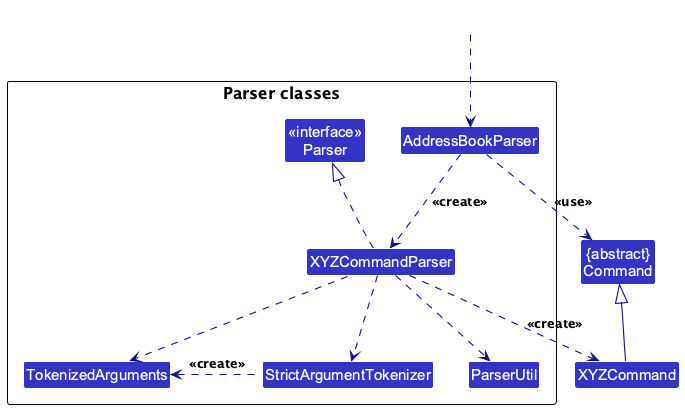
Above: docs/images/ParserClasses.png in AY2627S1-CS2103-F12-1/tp (PlantUML), before the change. Source of this version:
```plantuml
@startuml
!include style.puml
skinparam arrowThickness 1.1
skinparam arrowColor LOGIC_COLOR_T4
skinparam classBackgroundColor LOGIC_COLOR

Class "{abstract}\nCommand" as Command
Class XYZCommand

package "Parser classes"{
Class "<<interface>>\nParser" as Parser
Class AddressBookParser
Class XYZCommandParser
Class ParserUtil
Class StrictArgumentTokenizer
Class TokenizedArguments
}

Class HiddenOutside #FFFFFF
HiddenOutside ..> AddressBookParser

AddressBookParser .down.> XYZCommandParser: <<create>>

XYZCommandParser ..> XYZCommand : <<create>>
AddressBookParser ..> Command : <<use>>
XYZCommandParser .up.|> Parser
XYZCommandParser ..> StrictArgumentTokenizer
XYZCommandParser ..> TokenizedArguments
StrictArgumentTokenizer .left.> TokenizedArguments : <<create>>
XYZCommandParser ..> ParserUtil
XYZCommand -up-|> Command
@enduml
```
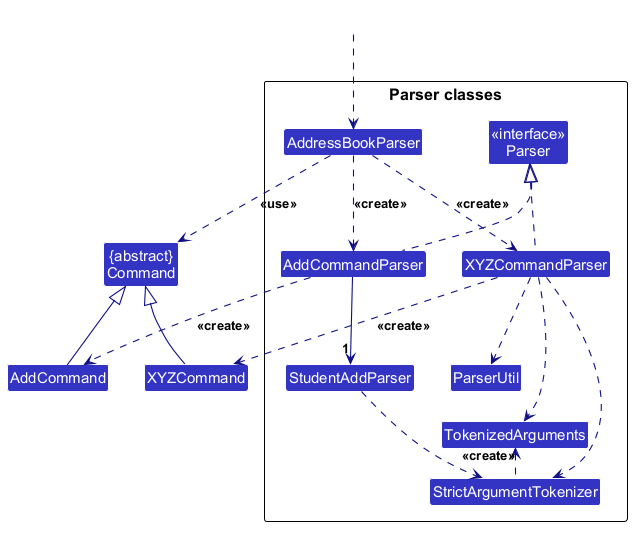
The same diagram one commit later.

The edit, as a diff of the source:
```diff
@@ -6,11 +6,14 @@
 
 Class "{abstract}\nCommand" as Command
 Class XYZCommand
+Class AddCommand
 
 package "Parser classes"{
 Class "<<interface>>\nParser" as Parser
 Class AddressBookParser
 Class XYZCommandParser
+Class AddCommandParser
+Class StudentAddParser
 Class ParserUtil
 Class StrictArgumentTokenizer
 Class TokenizedArguments
@@ -29,4 +32,12 @@
 StrictArgumentTokenizer .left.> TokenizedArguments : <<create>>
 XYZCommandParser ..> ParserUtil
 XYZCommand -up-|> Command
+
+AddressBookParser ..> AddCommandParser : <<create>>
+AddCommandParser .up.|> Parser
+AddCommandParser --> "1" StudentAddParser
+StudentAddParser ..> StrictArgumentTokenizer
+AddCommandParser ..> AddCommand : <<create>>
+AddCommand -up-|> Command
+
 @enduml
```
